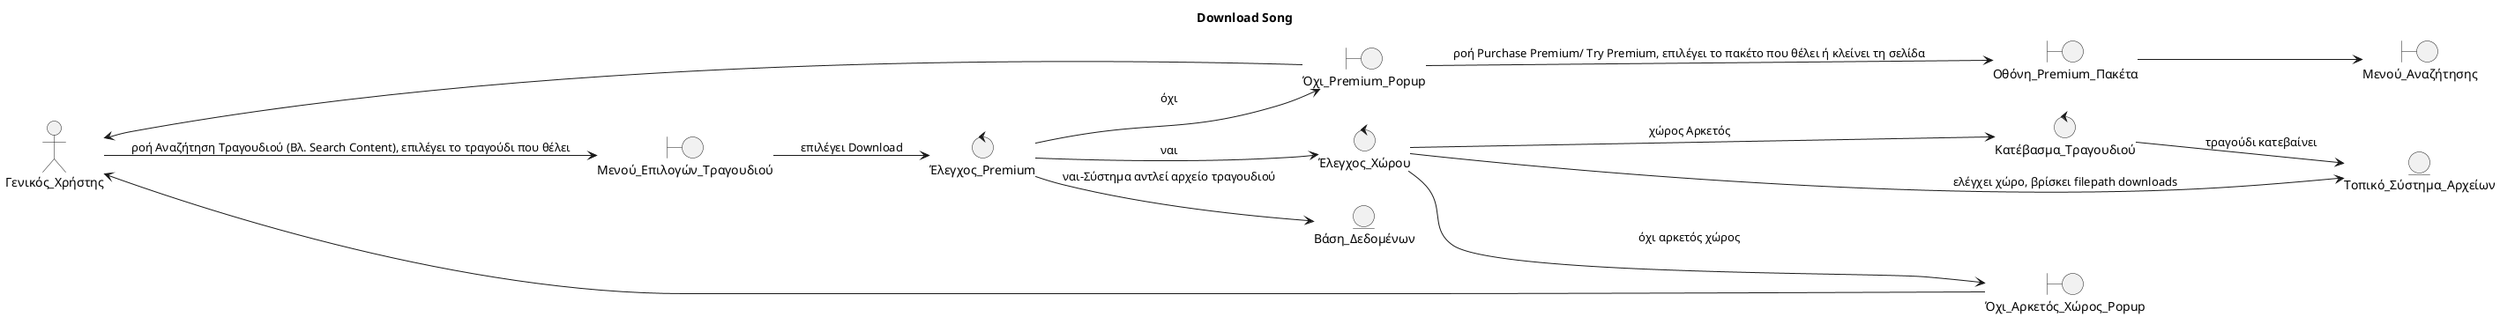
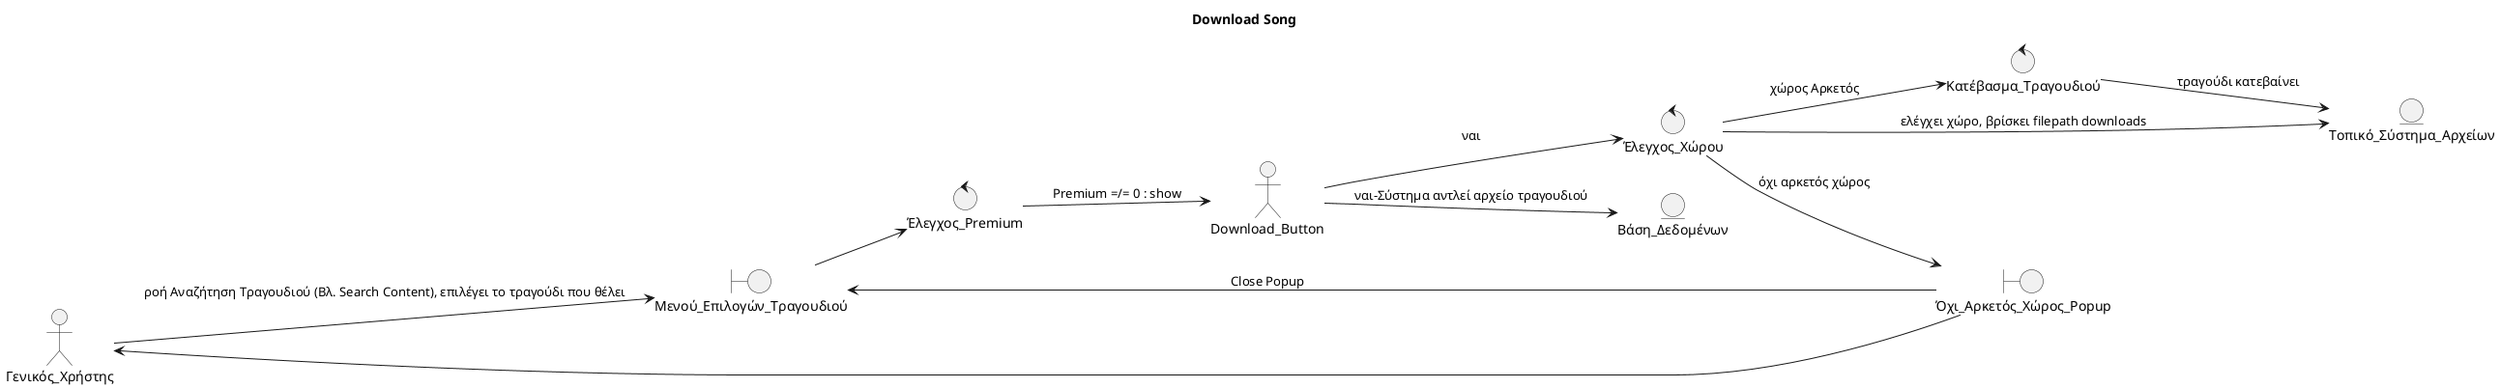
@startuml

title Download Song

left to right direction

skinparam shadowing false
skinparam roundcorner 10

' =====================================================
' ACTORS
' =====================================================

actor Γενικός_Χρήστης

' =====================================================
' BOUNDARY OBJECTS
' =====================================================

- boundary Μενού_Αναζήτησης
+ 
boundary Μενού_Επιλογών_Τραγουδιού
- boundary Όχι_Premium_Popup
- boundary Οθόνη_Premium_Πακέτα
boundary Όχι_Αρκετός_Χώρος_Popup

' =====================================================
' CONTROL OBJECTS
' =====================================================

control Έλεγχος_Premium
control Έλεγχος_Χώρου
control Κατέβασμα_Τραγουδιού


' =====================================================
' ENTITY OBJECTS
' =====================================================

entity Βάση_Δεδομένων
entity Τοπικό_Σύστημα_Αρχείων

' =====================================================
' INTERACTIONS
' =====================================================

Γενικός_Χρήστης --> Μενού_Επιλογών_Τραγουδιού: ροή Αναζήτηση Τραγουδιού (Βλ. Search Content), επιλέγει το τραγούδι που θέλει
- Μενού_Επιλογών_Τραγουδιού --> Έλεγχος_Premium : επιλέγει Download
- 
- Έλεγχος_Premium --> Βάση_Δεδομένων : ναι-Σύστημα αντλεί αρχείο τραγουδιού
- Έλεγχος_Premium --> Έλεγχος_Χώρου : ναι
+ Μενού_Επιλογών_Τραγουδιού --> Έλεγχος_Premium
+ Έλεγχος_Premium --> Download_Button : Premium =/= 0 : show
+ Download_Button --> Βάση_Δεδομένων : ναι-Σύστημα αντλεί αρχείο τραγουδιού
+ Download_Button --> Έλεγχος_Χώρου : ναι
Έλεγχος_Χώρου --> Τοπικό_Σύστημα_Αρχείων : ελέγχει χώρο, βρίσκει filepath downloads
Έλεγχος_Χώρου --> Κατέβασμα_Τραγουδιού : χώρος Αρκετός
Κατέβασμα_Τραγουδιού --> Τοπικό_Σύστημα_Αρχείων : τραγούδι κατεβαίνει


- Έλεγχος_Premium --> Όχι_Premium_Popup : όχι
- Όχι_Premium_Popup --> Γενικός_Χρήστης
- Όχι_Premium_Popup --> Οθόνη_Premium_Πακέτα : ροή Purchase Premium/ Try Premium, επιλέγει το πακέτο που θέλει ή κλείνει τη σελίδα
- Οθόνη_Premium_Πακέτα --> Μενού_Αναζήτησης
- 
Έλεγχος_Χώρου --> Όχι_Αρκετός_Χώρος_Popup : όχι αρκετός χώρος
Όχι_Αρκετός_Χώρος_Popup --> Γενικός_Χρήστης
+ Όχι_Αρκετός_Χώρος_Popup --> Μενού_Επιλογών_Τραγουδιού : Close Popup

@enduml